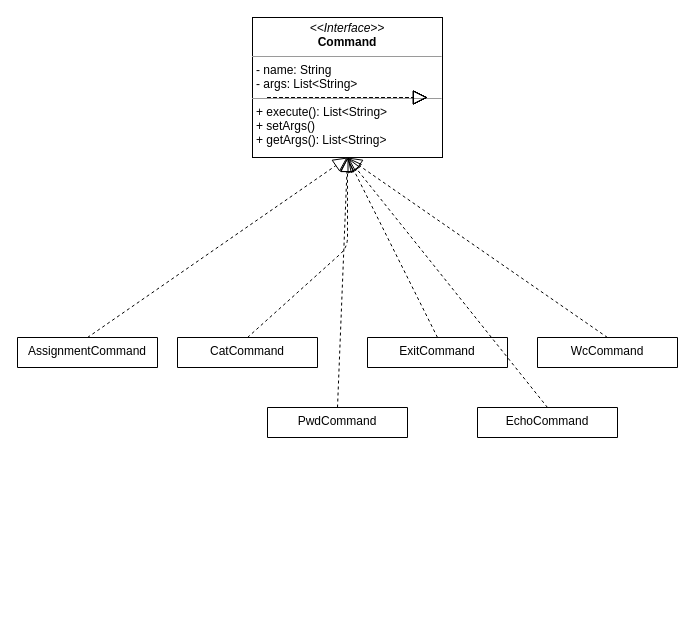
This is Untitled Diagram.drawio from leoneed03/JB, a draw.io file, before an edit. Source tidied: cells renumbered, new cells numbered last; positions are measured from the earlier drawing's top-left corner, leaving out a move shared by most shapes. Both pictures are drawn from the tidied source at 100%, with x=0, y=0 at pixel (17, 17).
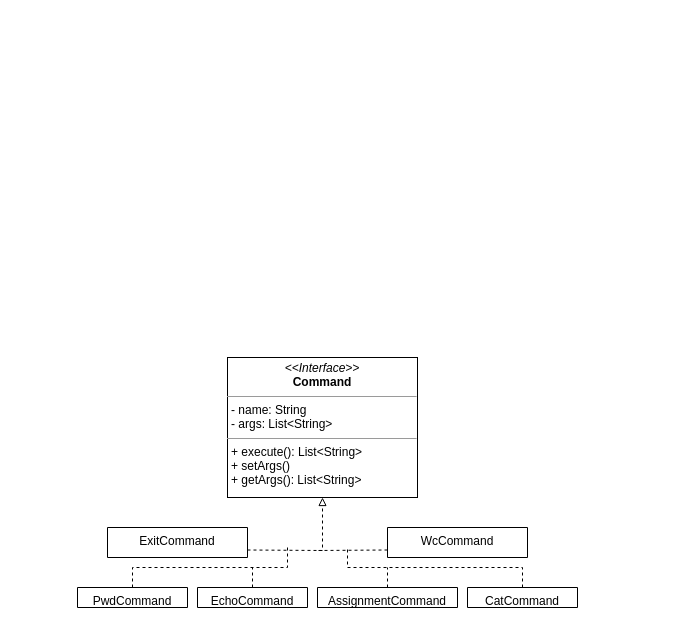
The same page after the edit.

The edit, as a diff of the source:
```diff
@@
     <mxCell id="2" value="&lt;p style=&quot;margin: 0px ; margin-top: 4px ; text-align: center&quot;&gt;&lt;i&gt;&amp;lt;&amp;lt;Interface&amp;gt;&amp;gt;&lt;/i&gt;&lt;br&gt;&lt;b&gt;Command&lt;/b&gt;&lt;/p&gt;&lt;hr size=&quot;1&quot;&gt;&lt;p style=&quot;margin: 0px ; margin-left: 4px&quot;&gt;- name: String&lt;br&gt;- args: List&amp;lt;String&amp;gt;&lt;/p&gt;&lt;hr size=&quot;1&quot;&gt;&lt;p style=&quot;margin: 0px ; margin-left: 4px&quot;&gt;+ execute(): List&amp;lt;String&amp;gt;&lt;br&gt;&lt;/p&gt;&lt;p style=&quot;margin: 0px ; margin-left: 4px&quot;&gt;+ setArgs()&lt;/p&gt;&lt;p style=&quot;margin: 0px ; margin-left: 4px&quot;&gt;+ getArgs(): List&amp;lt;String&amp;gt;&lt;/p&gt;" style="verticalAlign=top;align=left;overflow=fill;fontSize=12;fontFamily=Helvetica;html=1;" parent="1" vertex="1">
-      <mxGeometry x="235" width="190" height="140" as="geometry" />
+      <mxGeometry x="210" y="340" width="190" height="140" as="geometry" />
     </mxCell>
-    <mxCell id="3" style="endArrow=block;dashed=1;endFill=0;endSize=12;html=1;" parent="1" edge="1">
-      <mxGeometry relative="1" as="geometry">
-        <mxPoint x="250" y="80" as="sourcePoint" />
-        <mxPoint x="410" y="80" as="targetPoint" />
-      </mxGeometry>
-    </mxCell>
-    <mxCell id="4" style="endArrow=block;dashed=1;endFill=0;endSize=12;html=1;" parent="1" edge="1">
-      <mxGeometry relative="1" as="geometry">
-        <mxPoint x="250" y="80" as="sourcePoint" />
-        <mxPoint x="410" y="80" as="targetPoint" />
-      </mxGeometry>
-    </mxCell>
+    <mxCell id="20" style="edgeStyle=elbowEdgeStyle;rounded=0;jumpStyle=none;jettySize=auto;elbow=vertical;html=1;exitX=0.5;exitY=0;exitDx=0;exitDy=0;dashed=1;endArrow=none;endFill=0;" parent="1" edge="1" source="19">
+      <mxGeometry relative="1" as="geometry">
+        <mxPoint x="235" y="550" as="targetPoint" />
+      </mxGeometry>
+    </mxCell>
+    <mxCell id="19" value="EchoCommand" style="swimlane;fontStyle=0;align=center;verticalAlign=top;horizontal=1;startSize=30;rounded=0;shadow=0;strokeWidth=1;" parent="1" vertex="1">
+      <mxGeometry x="180" y="570" width="110" height="20" as="geometry" />
+    </mxCell>
+    <mxCell id="21" style="edgeStyle=elbowEdgeStyle;rounded=0;jumpStyle=none;jettySize=auto;elbow=vertical;html=1;exitX=0.5;exitY=0;exitDx=0;exitDy=0;dashed=1;endArrow=none;endFill=0;" parent="1" edge="1" source="15">
+      <mxGeometry relative="1" as="geometry">
+        <mxPoint x="370" y="550" as="targetPoint" />
+      </mxGeometry>
+    </mxCell>
+    <mxCell id="15" value="AssignmentCommand&#10;" style="swimlane;fontStyle=0;align=center;verticalAlign=top;horizontal=1;startSize=30;rounded=0;shadow=0;strokeWidth=1;" parent="1" vertex="1">
+      <mxGeometry x="300" y="570" width="140" height="20" as="geometry" />
+    </mxCell>
+    <mxCell id="22" style="edgeStyle=elbowEdgeStyle;rounded=0;jumpStyle=none;jettySize=auto;elbow=vertical;html=1;exitX=0.5;exitY=0;exitDx=0;exitDy=0;dashed=1;endArrow=none;endFill=0;" parent="1" edge="1" source="5">
+      <mxGeometry relative="1" as="geometry">
+        <mxPoint x="330" y="530" as="targetPoint" />
+      </mxGeometry>
+    </mxCell>
     <mxCell id="5" value="CatCommand" style="swimlane;fontStyle=0;align=center;verticalAlign=top;horizontal=1;startSize=30;rounded=0;shadow=0;strokeWidth=1;" parent="1" vertex="1">
-      <mxGeometry x="160" y="320" width="140" height="30" as="geometry" />
+      <mxGeometry x="450" y="570" width="110" height="20" as="geometry" />
     </mxCell>
-    <mxCell id="6" style="endArrow=block;dashed=1;endFill=0;endSize=12;html=1;" parent="1" edge="1">
-      <mxGeometry relative="1" as="geometry">
-        <mxPoint x="250" y="80" as="sourcePoint" />
-        <mxPoint x="410" y="80" as="targetPoint" />
-      </mxGeometry>
-    </mxCell>
-    <mxCell id="7" style="endArrow=block;dashed=1;endFill=0;endSize=12;html=1;exitX=0.5;exitY=0;exitDx=0;exitDy=0;" parent="1" edge="1" source="5" target="2">
-      <mxGeometry relative="1" as="geometry">
-        <Array as="points">
-          <mxPoint x="330" y="230" />
-        </Array>
-      </mxGeometry>
-    </mxCell>
+    <mxCell id="23" style="edgeStyle=elbowEdgeStyle;rounded=0;jumpStyle=none;jettySize=auto;elbow=vertical;html=1;exitX=0.5;exitY=0;exitDx=0;exitDy=0;dashed=1;startSize=6;endArrow=none;endFill=0;" parent="1" edge="1" source="17">
+      <mxGeometry relative="1" as="geometry">
+        <mxPoint x="270" y="530" as="targetPoint" />
+      </mxGeometry>
+    </mxCell>
+    <mxCell id="17" value="PwdCommand" style="swimlane;fontStyle=0;align=center;verticalAlign=top;horizontal=1;startSize=30;rounded=0;shadow=0;strokeWidth=1;" parent="1" vertex="1">
+      <mxGeometry x="60" y="570" width="110" height="20" as="geometry" />
+    </mxCell>
+    <mxCell id="24" style="edgeStyle=elbowEdgeStyle;rounded=0;jumpStyle=none;jettySize=auto;elbow=vertical;html=1;exitX=1;exitY=0.75;exitDx=0;exitDy=0;entryX=0.5;entryY=1;entryDx=0;entryDy=0;dashed=1;endArrow=block;endFill=0;" parent="1" edge="1" source="8" target="2">
+      <mxGeometry relative="1" as="geometry">
+        <Array as="points">
+          <mxPoint x="300" y="533" />
+          <mxPoint x="270" y="533" />
+        </Array>
+      </mxGeometry>
+    </mxCell>
     <mxCell id="8" value="ExitCommand" style="swimlane;fontStyle=0;align=center;verticalAlign=top;horizontal=1;startSize=30;rounded=0;shadow=0;strokeWidth=1;" parent="1" vertex="1">
-      <mxGeometry x="350" y="320" width="140" height="30" as="geometry" />
+      <mxGeometry x="90" y="510" width="140" height="30" as="geometry" />
     </mxCell>
-    <mxCell id="9" style="endArrow=block;dashed=1;endFill=0;endSize=12;html=1;" parent="1" edge="1">
-      <mxGeometry relative="1" as="geometry">
-        <mxPoint x="250" y="80" as="sourcePoint" />
-        <mxPoint x="410" y="80" as="targetPoint" />
-      </mxGeometry>
-    </mxCell>
-    <mxCell id="10" style="endArrow=block;dashed=1;endFill=0;endSize=12;html=1;exitX=0.5;exitY=0;exitDx=0;exitDy=0;" parent="1" edge="1" source="8">
-      <mxGeometry relative="1" as="geometry">
-        <mxPoint x="330" y="140" as="targetPoint" />
-      </mxGeometry>
-    </mxCell>
+    <mxCell id="25" style="edgeStyle=elbowEdgeStyle;rounded=0;jumpStyle=none;jettySize=auto;elbow=vertical;html=1;exitX=0;exitY=0.75;exitDx=0;exitDy=0;dashed=1;endArrow=none;endFill=0;" parent="1" edge="1" source="11">
+      <mxGeometry relative="1" as="geometry">
+        <mxPoint x="300" y="533" as="targetPoint" />
+      </mxGeometry>
+    </mxCell>
     <mxCell id="11" value="WcCommand" style="swimlane;fontStyle=0;align=center;verticalAlign=top;horizontal=1;startSize=30;rounded=0;shadow=0;strokeWidth=1;" parent="1" vertex="1">
-      <mxGeometry x="520" y="320" width="140" height="30" as="geometry" />
+      <mxGeometry x="370" y="510" width="140" height="30" as="geometry" />
     </mxCell>
-    <mxCell id="12" style="endArrow=block;dashed=1;endFill=0;endSize=12;html=1;" parent="1" edge="1">
-      <mxGeometry relative="1" as="geometry">
-        <mxPoint x="250" y="80" as="sourcePoint" />
-        <mxPoint x="410" y="80" as="targetPoint" />
-      </mxGeometry>
-    </mxCell>
-    <mxCell id="13" style="endArrow=block;dashed=1;endFill=0;endSize=12;html=1;entryX=0.5;entryY=1;entryDx=0;entryDy=0;exitX=0.5;exitY=0;exitDx=0;exitDy=0;" parent="1" edge="1" source="11" target="2">
-      <mxGeometry relative="1" as="geometry" />
-    </mxCell>
-    <mxCell id="14" style="endArrow=block;dashed=1;endFill=0;endSize=12;html=1;exitX=0.5;exitY=0;exitDx=0;exitDy=0;" parent="1" edge="1" source="15">
-      <mxGeometry relative="1" as="geometry">
-        <mxPoint x="330" y="140" as="targetPoint" />
-      </mxGeometry>
-    </mxCell>
-    <mxCell id="15" value="AssignmentCommand&#10;" style="swimlane;fontStyle=0;align=center;verticalAlign=top;horizontal=1;startSize=30;rounded=0;shadow=0;strokeWidth=1;" parent="1" vertex="1">
-      <mxGeometry y="320" width="140" height="30" as="geometry" />
-    </mxCell>
-    <mxCell id="16" style="endArrow=block;dashed=1;endFill=0;endSize=12;html=1;exitX=0.5;exitY=0;exitDx=0;exitDy=0;" parent="1" edge="1" source="17">
-      <mxGeometry relative="1" as="geometry">
-        <mxPoint x="330" y="140" as="targetPoint" />
-      </mxGeometry>
-    </mxCell>
-    <mxCell id="17" value="PwdCommand" style="swimlane;fontStyle=0;align=center;verticalAlign=top;horizontal=1;startSize=30;rounded=0;shadow=0;strokeWidth=1;" parent="1" vertex="1">
-      <mxGeometry x="250" y="390" width="140" height="30" as="geometry" />
-    </mxCell>
-    <mxCell id="18" style="endArrow=block;dashed=1;endFill=0;endSize=12;html=1;exitX=0.5;exitY=0;exitDx=0;exitDy=0;" parent="1" edge="1" source="19">
-      <mxGeometry relative="1" as="geometry">
-        <mxPoint x="330" y="140" as="targetPoint" />
-      </mxGeometry>
-    </mxCell>
-    <mxCell id="19" value="EchoCommand" style="swimlane;fontStyle=0;align=center;verticalAlign=top;horizontal=1;startSize=30;rounded=0;shadow=0;strokeWidth=1;" parent="1" vertex="1">
-      <mxGeometry x="460" y="390" width="140" height="30" as="geometry" />
-    </mxCell>
```
